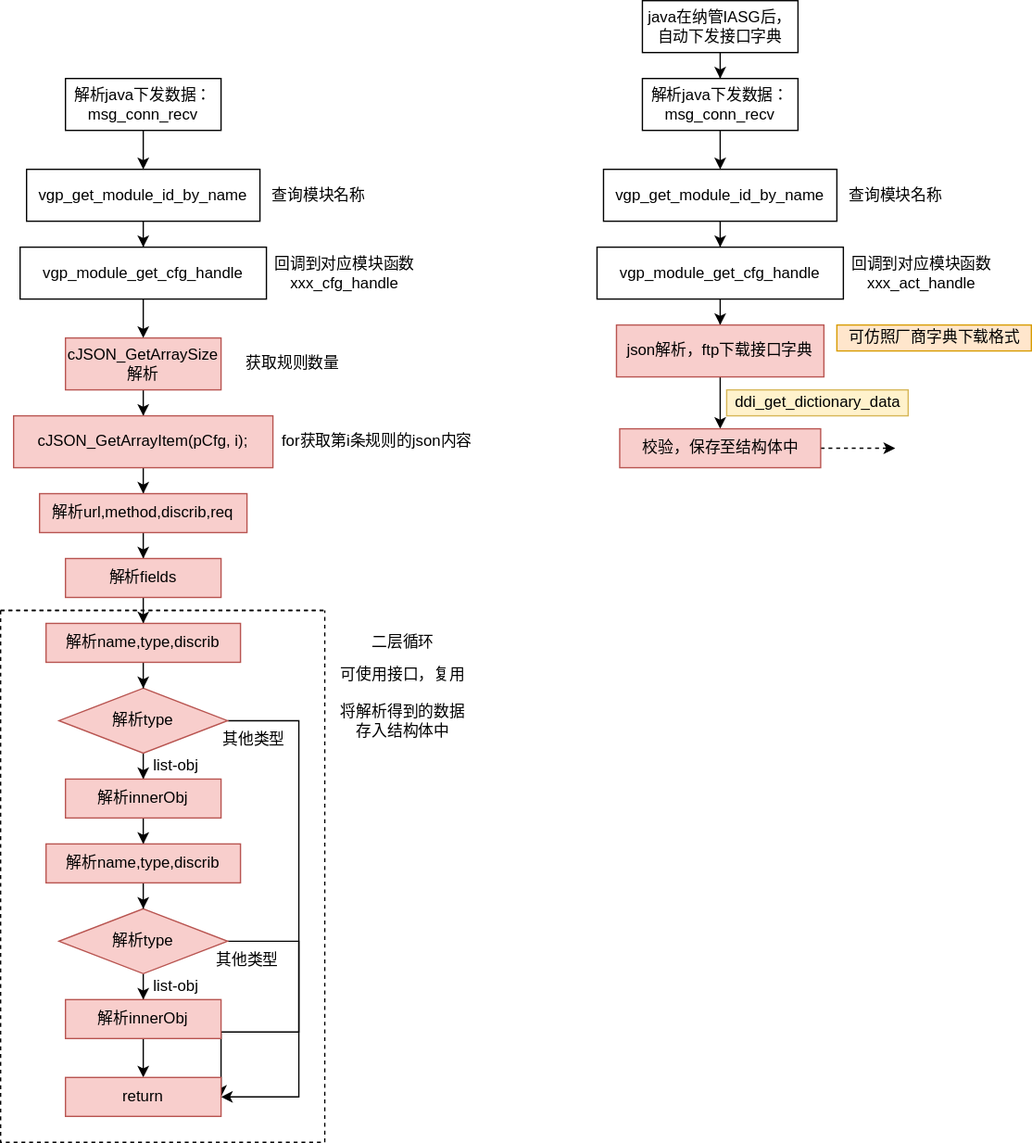
This is aaa.svg from Archive-ch/Web_Demo, a draw.io export, as it was before one commit. Source tidied: cells renumbered, new cells last; positions are measured from the earlier drawing's top-left corner, leaving out a move shared by most shapes.
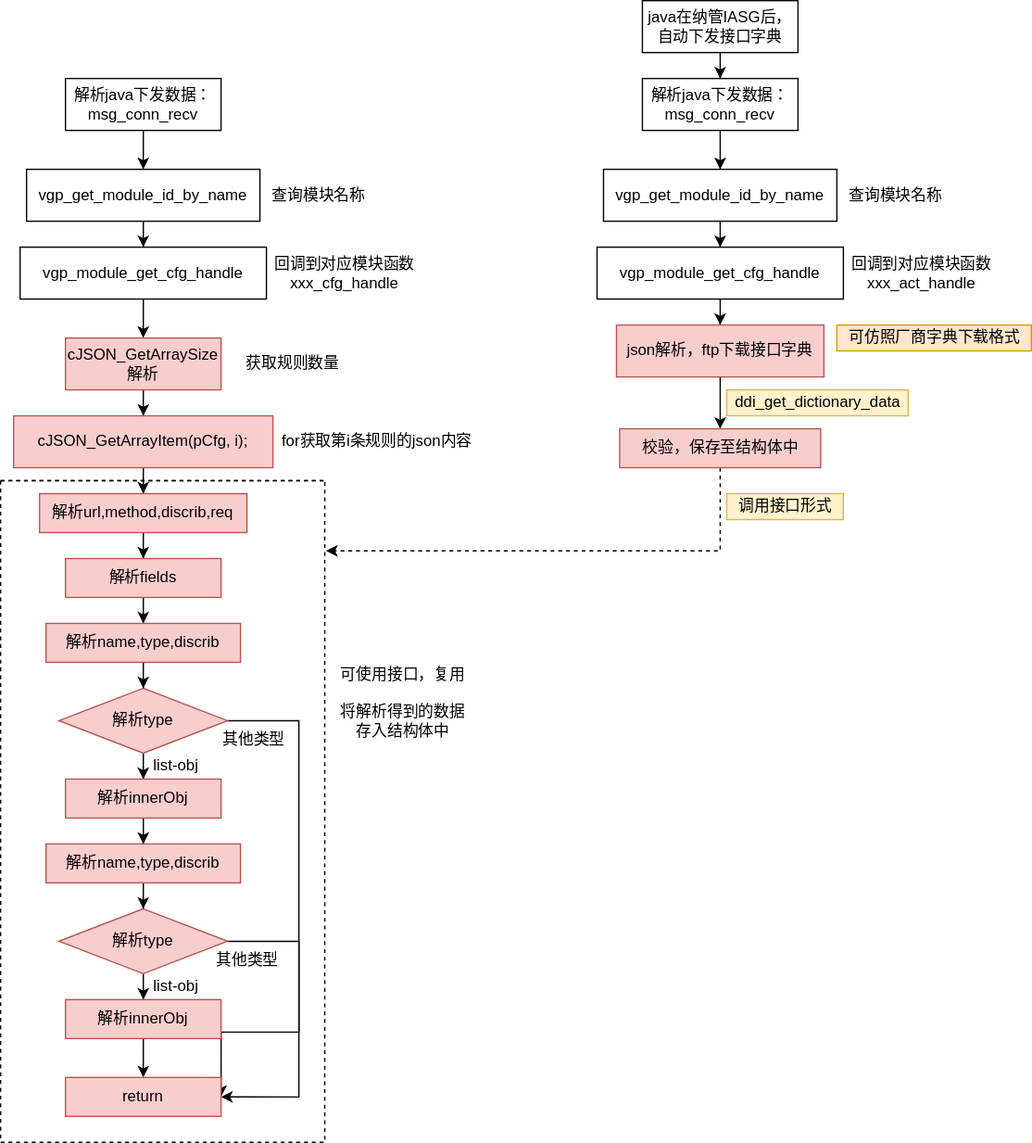
The same file after the commit.

Change to the diagram source:
```diff
@@ -142,11 +142,8 @@
       <mxGeometry x="35" y="650" width="150" height="30" as="geometry" />
     </mxCell>
     <mxCell id="39" style="swimlane;startSize=0;dashed=1;" parent="1" vertex="1">
-      <mxGeometry y="470" width="250" height="410" as="geometry" />
+      <mxGeometry y="370" width="250" height="510" as="geometry" />
     </mxCell>
-    <mxCell id="40" value="二层循环" style="text;html=1;align=center;verticalAlign=middle;strokeColor=none;" parent="1" vertex="1">
-      <mxGeometry x="280" y="485" width="60" height="20" as="geometry" />
-    </mxCell>
     <mxCell id="41" value="可使用接口，复用" style="text;html=1;align=center;verticalAlign=middle;strokeColor=none;" parent="1" vertex="1">
       <mxGeometry x="255" y="510" width="110" height="20" as="geometry" />
     </mxCell>
@@ -200,16 +197,21 @@
     <mxCell id="55" value="可仿照厂商字典下载格式" style="text;html=1;align=center;verticalAlign=middle;strokeColor=#d79b00;fillColor=#ffe6cc;" parent="1" vertex="1">
       <mxGeometry x="645" y="250" width="150" height="20" as="geometry" />
     </mxCell>
-    <mxCell id="56" style="edgeStyle=orthogonalEdgeStyle;rounded=0;jettySize=auto;html=1;dashed=1;" parent="1" edge="1" source="57">
-      <mxGeometry relative="1" as="geometry">
-        <mxPoint x="690" y="345" as="targetPoint" />
-      </mxGeometry>
-    </mxCell>
+    <mxCell id="59" style="edgeStyle=orthogonalEdgeStyle;rounded=0;jettySize=auto;html=1;entryX=1.004;entryY=0.106;entryDx=0;entryDy=0;entryPerimeter=0;dashed=1;" parent="1" edge="1" source="57" target="39">
+      <mxGeometry relative="1" as="geometry">
+        <Array as="points">
+          <mxPoint x="555" y="424" />
+        </Array>
+      </mxGeometry>
+    </mxCell>
     <mxCell id="57" value="校验，保存至结构体中" style="whiteSpace=wrap;html=1;fillColor=#f8cecc;strokeColor=#b85450;" parent="1" vertex="1">
       <mxGeometry x="477.5" y="330" width="155" height="30" as="geometry" />
     </mxCell>
     <mxCell id="58" value="ddi_get_dictionary_data" style="text;html=1;align=center;verticalAlign=middle;strokeColor=#d6b656;fillColor=#fff2cc;" parent="1" vertex="1">
       <mxGeometry x="560" y="300" width="140" height="20" as="geometry" />
     </mxCell>
+    <mxCell id="60" value="调用接口形式" style="text;html=1;align=center;verticalAlign=middle;strokeColor=#d6b656;fillColor=#fff2cc;" parent="1" vertex="1">
+      <mxGeometry x="560" y="380" width="90" height="20" as="geometry" />
+    </mxCell>
   </root>
 </mxGraphModel>
```
